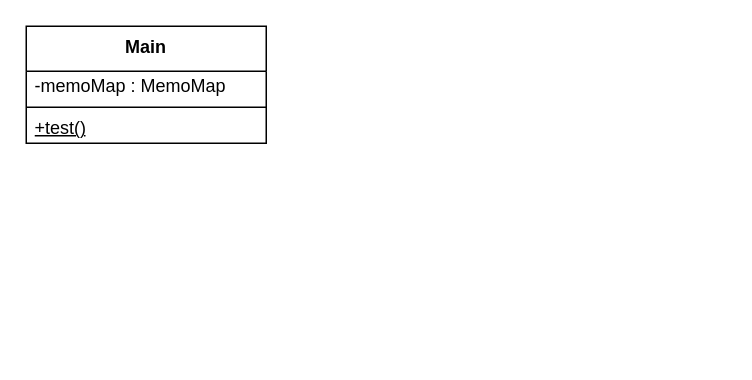
This is class.drawio from sosuisen/klp_ssj_lifecycle, a draw.io file, before an edit. Source tidied: cells renumbered, new cells numbered last; positions are measured from the earlier drawing's top-left corner, leaving out a move shared by most shapes. Both pictures are drawn from the tidied source at 150%, with x=0, y=0 at pixel (26, 26).
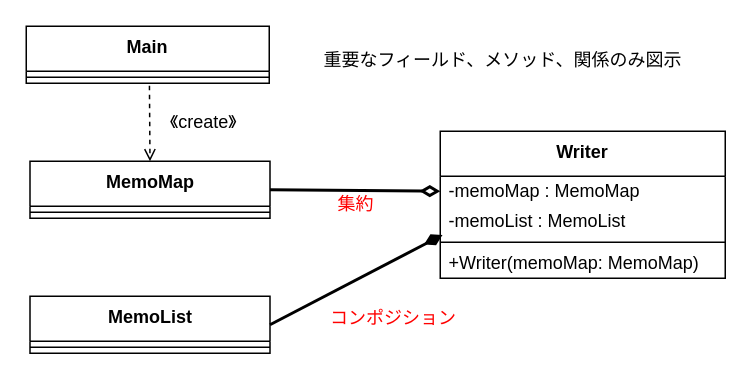
The same diagram, later.

Commit message (it also covers changes not shown here):
fix: comment out

Diff of the diagram source:
```diff
@@
 <mxGraphModel>
   <root>
     <mxCell id="0" />
     <mxCell id="1" parent="0" />
     <mxCell id="2" value="&lt;b&gt;Main&lt;/b&gt;" style="swimlane;fontStyle=0;align=center;verticalAlign=top;horizontal=1;startSize=30;html=1;whiteSpace=wrap;" parent="1" vertex="1">
-      <mxGeometry width="160" height="78" as="geometry" />
+      <mxGeometry width="162" height="38" as="geometry" />
     </mxCell>
+    <mxCell id="4" style="line;strokeWidth=1;fillColor=none;align=left;verticalAlign=middle;spacingTop=-1;spacingLeft=3;spacingRight=3;labelPosition=right;points=[];portConstraint=eastwest;" parent="2" vertex="1">
+      <mxGeometry y="30" width="162" height="8" as="geometry" />
+    </mxCell>
+    <mxCell id="6" value="&lt;b&gt;Writer&lt;/b&gt;" style="swimlane;fontStyle=0;align=center;verticalAlign=top;horizontal=1;startSize=30;html=1;whiteSpace=wrap;" parent="1" vertex="1">
+      <mxGeometry x="276" y="70" width="190" height="98" as="geometry" />
+    </mxCell>
-    <mxCell id="3" value="-memoMap : MemoMap" style="text;html=1;strokeColor=none;fillColor=none;align=left;verticalAlign=middle;spacingLeft=4;spacingRight=4;overflow=hidden;points=[[0,0.5],[1,0.5]];portConstraint=eastwest;whiteSpace=wrap;" parent="2" vertex="1">
-      <mxGeometry y="30" width="160" height="20" as="geometry" />
+    <mxCell id="3" value="-memoMap : MemoMap" style="text;html=1;strokeColor=none;fillColor=none;align=left;verticalAlign=middle;spacingLeft=4;spacingRight=4;overflow=hidden;points=[[0,0.5],[1,0.5]];portConstraint=eastwest;whiteSpace=wrap;" parent="6" vertex="1">
+      <mxGeometry y="30" width="190" height="20" as="geometry" />
     </mxCell>
-    <mxCell id="4" style="line;strokeWidth=1;fillColor=none;align=left;verticalAlign=middle;spacingTop=-1;spacingLeft=3;spacingRight=3;labelPosition=right;points=[];portConstraint=eastwest;" parent="2" vertex="1">
-      <mxGeometry y="50" width="160" height="8" as="geometry" />
-    </mxCell>
-    <mxCell id="5" value="&lt;u&gt;+test()&lt;/u&gt;" style="text;html=1;strokeColor=none;fillColor=none;align=left;verticalAlign=middle;spacingLeft=4;spacingRight=4;overflow=hidden;whiteSpace=wrap;" parent="2" vertex="1">
-      <mxGeometry y="58" width="160" height="20" as="geometry" />
-    </mxCell>
+    <mxCell id="7" value="-memoList : MemoList" style="text;html=1;strokeColor=none;fillColor=none;align=left;verticalAlign=middle;spacingLeft=4;spacingRight=4;overflow=hidden;points=[[0,0.5],[1,0.5]];portConstraint=eastwest;whiteSpace=wrap;" parent="6" vertex="1">
+      <mxGeometry y="50" width="190" height="20" as="geometry" />
+    </mxCell>
+    <mxCell id="8" style="line;strokeWidth=1;fillColor=none;align=left;verticalAlign=middle;spacingTop=-1;spacingLeft=3;spacingRight=3;labelPosition=right;" parent="6" vertex="1">
+      <mxGeometry y="70" width="190" height="8" as="geometry" />
+    </mxCell>
+    <mxCell id="9" value="+Writer(memoMap: MemoMap)" style="text;html=1;strokeColor=none;fillColor=none;align=left;verticalAlign=middle;spacingLeft=4;spacingRight=4;overflow=hidden;whiteSpace=wrap;" parent="6" vertex="1">
+      <mxGeometry y="78" width="190" height="20" as="geometry" />
+    </mxCell>
+    <mxCell id="10" value="&lt;b&gt;MemoMap&lt;/b&gt;" style="swimlane;fontStyle=0;align=center;verticalAlign=top;horizontal=1;startSize=30;html=1;whiteSpace=wrap;" parent="1" vertex="1">
+      <mxGeometry x="2.5" y="90" width="160" height="38" as="geometry" />
+    </mxCell>
+    <mxCell id="11" style="line;strokeWidth=1;fillColor=none;align=left;verticalAlign=middle;spacingTop=-1;spacingLeft=3;spacingRight=3;labelPosition=right;" parent="10" vertex="1">
+      <mxGeometry y="30" width="160" height="8" as="geometry" />
+    </mxCell>
+    <mxCell id="12" style="endArrow=none;startArrow=diamondThin;endFill=0;startFill=0;html=1;verticalAlign=bottom;labelBackgroundColor=none;strokeWidth=2;startSize=8;endSize=8;entryX=1;entryY=0.5;entryDx=0;entryDy=0;exitX=0;exitY=0.5;exitDx=0;exitDy=0;" parent="1" edge="1" source="3" target="10">
+      <mxGeometry relative="1" as="geometry" />
+    </mxCell>
+    <mxCell id="13" style="html=1;verticalAlign=bottom;labelBackgroundColor=none;endArrow=open;endFill=0;dashed=1;exitX=0.507;exitY=1.214;exitDx=0;exitDy=0;exitPerimeter=0;entryX=0.5;entryY=0;entryDx=0;entryDy=0;align=left;" parent="1" edge="1" source="4" target="10">
+      <mxGeometry relative="1" as="geometry" />
+    </mxCell>
+    <mxCell id="14" value="《create》" style="text;strokeColor=none;align=center;fillColor=none;html=1;verticalAlign=middle;whiteSpace=wrap;rounded=0;" parent="1" vertex="1">
+      <mxGeometry x="90" y="50" width="57" height="27" as="geometry" />
+    </mxCell>
+    <mxCell id="15" value="重要なフィールド、メソッド、関係のみ図示" style="text;strokeColor=none;align=center;fillColor=none;html=1;verticalAlign=middle;whiteSpace=wrap;rounded=0;" parent="1" vertex="1">
+      <mxGeometry x="180" y="8" width="276" height="30" as="geometry" />
+    </mxCell>
+    <mxCell id="16" value="集約" style="text;strokeColor=none;align=center;fillColor=none;html=1;verticalAlign=middle;whiteSpace=wrap;rounded=0;fontColor=#FF0000;" parent="1" vertex="1">
+      <mxGeometry x="190" y="104" width="60" height="30" as="geometry" />
+    </mxCell>
+    <mxCell id="17" value="&lt;b&gt;MemoList&lt;/b&gt;" style="swimlane;fontStyle=0;align=center;verticalAlign=top;horizontal=1;startSize=30;html=1;whiteSpace=wrap;" parent="1" vertex="1">
+      <mxGeometry x="2.5" y="180" width="160" height="38" as="geometry" />
+    </mxCell>
+    <mxCell id="18" style="line;strokeWidth=1;fillColor=none;align=left;verticalAlign=middle;spacingTop=-1;spacingLeft=3;spacingRight=3;labelPosition=right;" parent="17" vertex="1">
+      <mxGeometry y="30" width="160" height="8" as="geometry" />
+    </mxCell>
+    <mxCell id="19" style="endArrow=none;startArrow=diamondThin;endFill=0;startFill=1;html=1;verticalAlign=bottom;labelBackgroundColor=none;strokeWidth=2;startSize=8;endSize=8;exitX=0.008;exitY=0.957;exitDx=0;exitDy=0;exitPerimeter=0;entryX=1;entryY=0.5;entryDx=0;entryDy=0;" parent="1" edge="1" source="7" target="17">
+      <mxGeometry relative="1" as="geometry" />
+    </mxCell>
+    <mxCell id="20" value="コンポジション" style="text;strokeColor=none;align=center;fillColor=none;html=1;verticalAlign=middle;whiteSpace=wrap;rounded=0;fontColor=#FF0000;" parent="1" vertex="1">
+      <mxGeometry x="190" y="180" width="110" height="30" as="geometry" />
+    </mxCell>
   </root>
 </mxGraphModel>
```
